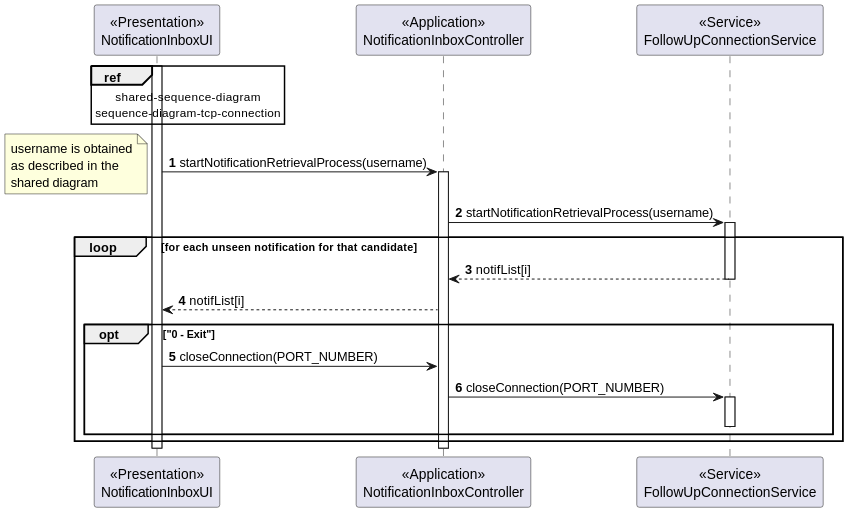
Earlier version of the PlantUML export docs/sprint-c/us_3001/US3001_SD/US3001_SD_Candidate_App.svg (rita-barbosa/LAPR4-2324).
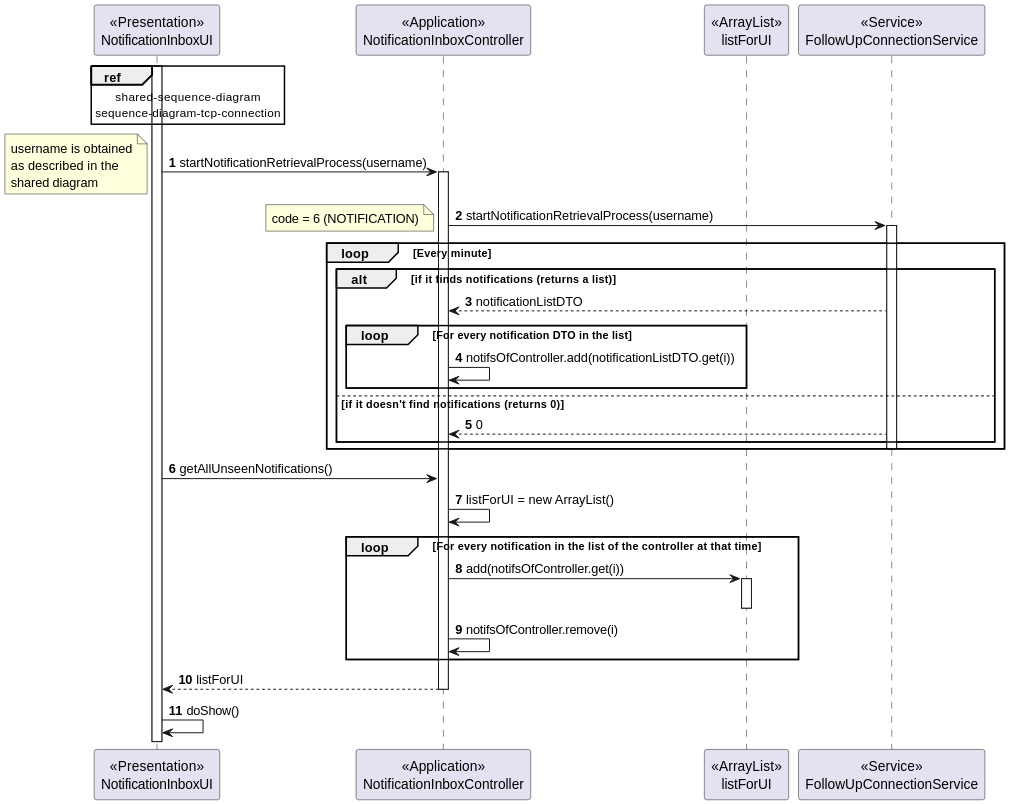
After the commit.

Commit message:
docs: Updated SD [Perspective of candidate app] of US 3001.

[#191]

What changed in the source:
```diff
@@ -3,6 +3,7 @@
 autonumber
 participant "<<Presentation>>\nNotificationInboxUI" as UI
 participant "<<Application>>\nNotificationInboxController" as CTRL
+participant "<<ArrayList>>\nlistForUI" as LIST
 participant "<<Service>>\nFollowUpConnectionService" as SER
 
 activate UI
@@ -26,29 +27,51 @@
 
         activate SER
 
-        loop for each unseen notification for that candidate
+            note left
+            code = 6 (NOTIFICATION)
+            end note
 
-            SER --> CTRL : notifList[i]
+                loop Every minute
 
-        deactivate SER
+                    alt if it finds notifications (returns a list)
 
-        CTRL --> UI : notifList[i]
+                        SER --> CTRL : notificationListDTO
 
-        opt "0 - Exit"
+                        loop For every notification DTO in the list
 
-        UI -> CTRL : closeConnection(PORT_NUMBER)
+                            CTRL -> CTRL : notifsOfController.add(notificationListDTO.get(i))
 
-        CTRL -> SER : closeConnection(PORT_NUMBER)
+                        end
 
-        activate SER
+                    else if it doesn't find notifications (returns 0)
+
+                        SER --> CTRL : 0
+
+                    end
 
         deactivate SER
 
         end
 
+        UI -> CTRL : getAllUnseenNotifications()
+
+        CTRL -> CTRL : listForUI = new ArrayList()
+
+        loop For every notification in the list of the controller at that time
+
+            CTRL -> LIST : add(notifsOfController.get(i))
+
+            activate LIST
+
+            deactivate LIST
+
+            CTRL -> CTRL : notifsOfController.remove(i)
+
         end
+
+        CTRL --> UI : listForUI
 
     deactivate CTRL
 
-deactivate UI
+        UI -> UI : doShow()
 @enduml
```
